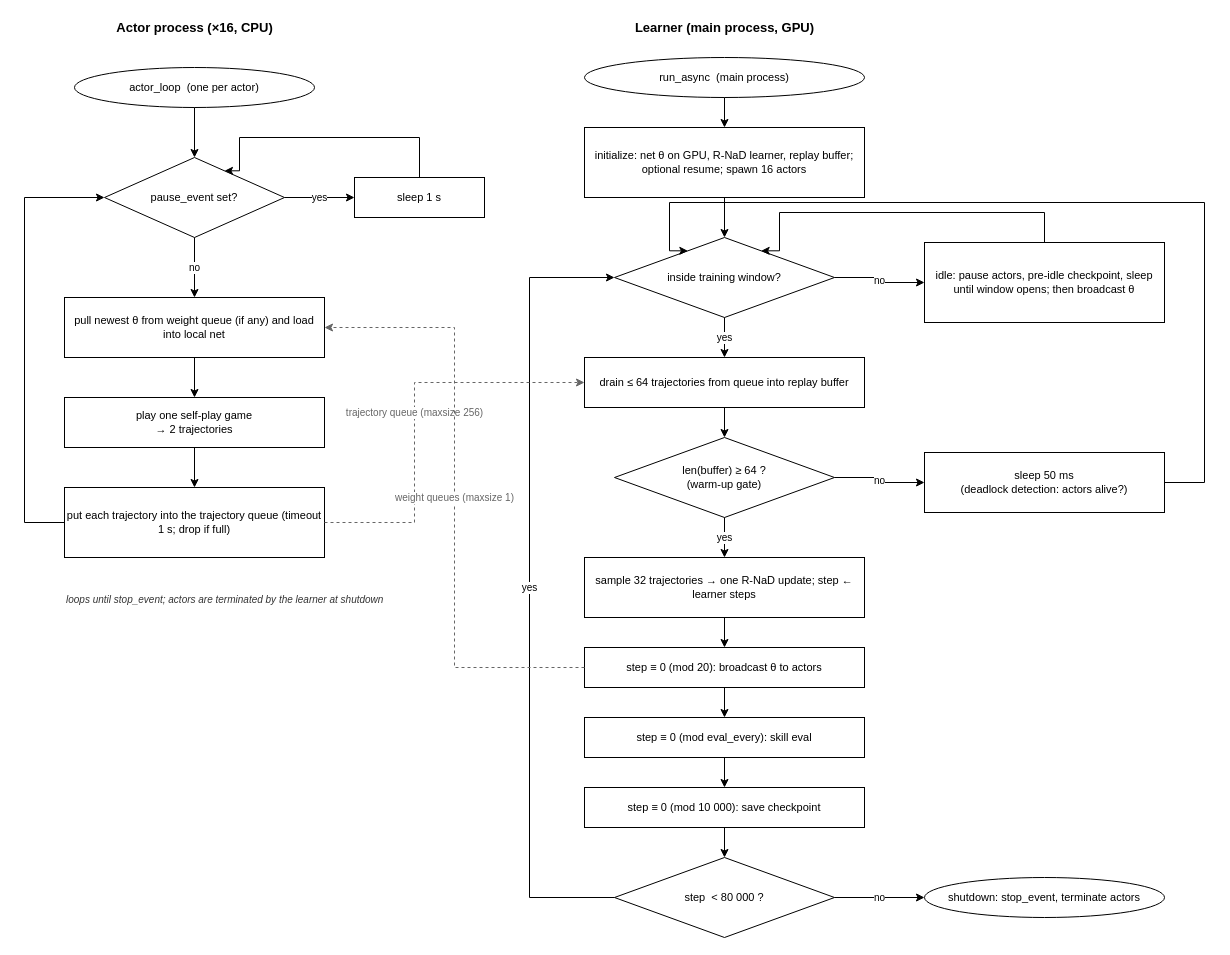
Before: docs/diagrams/02-actor-learner-loops.drawio in TristanBandat/deepnash-rbc, a draw.io diagram. Source tidied: cells renumbered, new cells numbered last; positions are measured from the earlier drawing's top-left corner, leaving out a move shared by most shapes. Both pictures are drawn from the tidied source at 100%, with x=0, y=0 at pixel (24, 17).
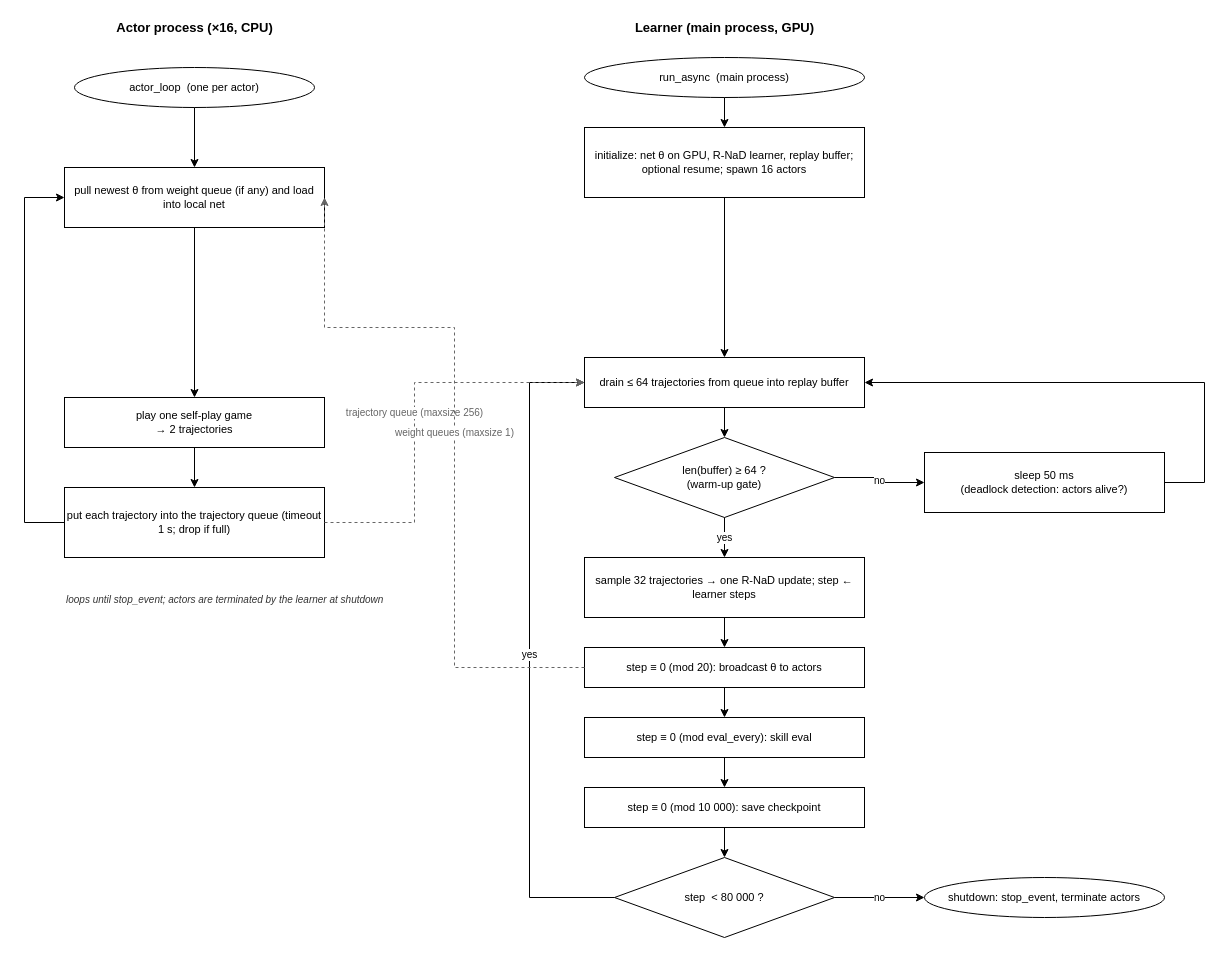
Above is the later version.

The change refers to these unchanged cells:
```xml
<mxCell id="4" value="actor_loop  (one per actor)" style="ellipse;whiteSpace=wrap;html=1;fillColor=#FFFFFF;strokeColor=#000000;fontSize=11;" parent="1" vertex="1">
  <mxGeometry x="50" y="50" width="240" height="40" as="geometry" />
</mxCell>
<mxCell id="9" value="put each trajectory into the trajectory queue (timeout 1 s; drop if full)" style="rounded=0;whiteSpace=wrap;html=1;fillColor=#FFFFFF;strokeColor=#000000;fontSize=11;" parent="1" vertex="1">
  <mxGeometry x="40" y="470" width="260" height="70" as="geometry" />
</mxCell>
<mxCell id="19" value="initialize: net θ on GPU, R-NaD learner, replay buffer; optional resume; spawn 16 actors" style="rounded=0;whiteSpace=wrap;html=1;fillColor=#FFFFFF;strokeColor=#000000;fontSize=11;" parent="1" vertex="1">
  <mxGeometry x="560" y="110" width="280" height="70" as="geometry" />
</mxCell>
<mxCell id="22" value="drain ≤ 64 trajectories from queue into replay buffer" style="rounded=0;whiteSpace=wrap;html=1;fillColor=#FFFFFF;strokeColor=#000000;fontSize=11;" parent="1" vertex="1">
  <mxGeometry x="560" y="340" width="280" height="50" as="geometry" />
</mxCell>
<mxCell id="24" value="sleep 50 ms&lt;br&gt;(deadlock detection: actors alive?)" style="rounded=0;whiteSpace=wrap;html=1;fillColor=#FFFFFF;strokeColor=#000000;fontSize=11;" parent="1" vertex="1">
  <mxGeometry x="900" y="435" width="240" height="60" as="geometry" />
</mxCell>
<mxCell id="29" value="step  &lt; 80 000 ?" style="rhombus;whiteSpace=wrap;html=1;fillColor=#FFFFFF;strokeColor=#000000;fontSize=11;" parent="1" vertex="1">
  <mxGeometry x="590" y="840" width="220" height="80" as="geometry" />
</mxCell>
```

Diff of the diagram source:
```diff
@@
-    <mxCell id="5" value="pause_event set?" style="rhombus;whiteSpace=wrap;html=1;fillColor=#FFFFFF;strokeColor=#000000;fontSize=11;" parent="1" vertex="1">
-      <mxGeometry x="80" y="140" width="180" height="80" as="geometry" />
-    </mxCell>
-    <mxCell id="6" value="sleep 1 s" style="rounded=0;whiteSpace=wrap;html=1;fillColor=#FFFFFF;strokeColor=#000000;fontSize=11;" parent="1" vertex="1">
-      <mxGeometry x="330" y="160" width="130" height="40" as="geometry" />
-    </mxCell>
     <mxCell id="7" value="pull newest θ from weight queue (if any) and load into local net" style="rounded=0;whiteSpace=wrap;html=1;fillColor=#FFFFFF;strokeColor=#000000;fontSize=11;" parent="1" vertex="1">
-      <mxGeometry x="40" y="280" width="260" height="60" as="geometry" />
+      <mxGeometry x="40" y="150" width="260" height="60" as="geometry" />
     </mxCell>
@@
-    <mxCell id="11" style="edgeStyle=orthogonalEdgeStyle;rounded=0;html=1;strokeColor=#000000;fontSize=10;exitX=0.5;exitY=1;entryX=0.5;entryY=0;" parent="1" edge="1" source="4" target="5">
+    <mxCell id="11" style="edgeStyle=orthogonalEdgeStyle;rounded=0;html=1;strokeColor=#000000;fontSize=10;exitX=0.5;exitY=1;entryX=0.5;entryY=0;" parent="1" edge="1" source="4" target="7">
       <mxGeometry relative="1" as="geometry" />
     </mxCell>
-    <mxCell id="12" value="yes" style="edgeStyle=orthogonalEdgeStyle;rounded=0;html=1;strokeColor=#000000;fontSize=10;exitX=1;exitY=0.5;entryX=0;entryY=0.5;" parent="1" edge="1" source="5" target="6">
-      <mxGeometry relative="1" as="geometry" />
-    </mxCell>
-    <mxCell id="13" style="edgeStyle=orthogonalEdgeStyle;rounded=0;html=1;strokeColor=#000000;fontSize=10;exitX=0.5;exitY=0;entryX=0.75;entryY=0;" parent="1" edge="1" source="6" target="5">
-      <mxGeometry relative="1" as="geometry">
-        <Array as="points">
-          <mxPoint x="395" y="120" />
-          <mxPoint x="215" y="120" />
-        </Array>
-      </mxGeometry>
-    </mxCell>
-    <mxCell id="14" value="no" style="edgeStyle=orthogonalEdgeStyle;rounded=0;html=1;strokeColor=#000000;fontSize=10;exitX=0.5;exitY=1;entryX=0.5;entryY=0;" parent="1" edge="1" source="5" target="7">
-      <mxGeometry relative="1" as="geometry" />
-    </mxCell>
@@
-    <mxCell id="17" style="edgeStyle=orthogonalEdgeStyle;rounded=0;html=1;strokeColor=#000000;exitX=0;exitY=0.5;entryX=0;entryY=0.5;" parent="1" edge="1" source="9" target="5">
+    <mxCell id="17" style="edgeStyle=orthogonalEdgeStyle;rounded=0;html=1;strokeColor=#000000;exitX=0;exitY=0.5;entryX=0;entryY=0.5;" parent="1" edge="1" source="9" target="7">
       <mxGeometry relative="1" as="geometry">
         <Array as="points">
           <mxPoint y="505" />
           <mxPoint y="180" />
         </Array>
       </mxGeometry>
     </mxCell>
@@
-    <mxCell id="20" value="inside training window?" style="rhombus;whiteSpace=wrap;html=1;fillColor=#FFFFFF;strokeColor=#000000;fontSize=11;" parent="1" vertex="1">
-      <mxGeometry x="590" y="220" width="220" height="80" as="geometry" />
-    </mxCell>
-    <mxCell id="21" value="idle: pause actors, pre-idle checkpoint, sleep until window opens; then broadcast θ" style="rounded=0;whiteSpace=wrap;html=1;fillColor=#FFFFFF;strokeColor=#000000;fontSize=11;" parent="1" vertex="1">
-      <mxGeometry x="900" y="225" width="240" height="80" as="geometry" />
-    </mxCell>
@@
-    <mxCell id="32" style="edgeStyle=orthogonalEdgeStyle;rounded=0;html=1;strokeColor=#000000;exitX=0.5;exitY=1;entryX=0.5;entryY=0;" parent="1" edge="1" source="19" target="20">
+    <mxCell id="32" style="edgeStyle=orthogonalEdgeStyle;rounded=0;html=1;strokeColor=#000000;exitX=0.5;exitY=1;entryX=0.5;entryY=0;" parent="1" edge="1" source="19" target="22">
       <mxGeometry relative="1" as="geometry" />
     </mxCell>
-    <mxCell id="33" value="no" style="edgeStyle=orthogonalEdgeStyle;rounded=0;html=1;strokeColor=#000000;fontSize=10;exitX=1;exitY=0.5;entryX=0;entryY=0.5;" parent="1" edge="1" source="20" target="21">
-      <mxGeometry relative="1" as="geometry" />
-    </mxCell>
-    <mxCell id="34" style="edgeStyle=orthogonalEdgeStyle;rounded=0;html=1;strokeColor=#000000;exitX=0.5;exitY=0;entryX=0.75;entryY=0;" parent="1" edge="1" source="21" target="20">
-      <mxGeometry relative="1" as="geometry">
-        <Array as="points">
-          <mxPoint x="1020" y="195" />
-          <mxPoint x="755" y="195" />
-        </Array>
-      </mxGeometry>
-    </mxCell>
-    <mxCell id="35" value="yes" style="edgeStyle=orthogonalEdgeStyle;rounded=0;html=1;strokeColor=#000000;fontSize=10;exitX=0.5;exitY=1;entryX=0.5;entryY=0;" parent="1" edge="1" source="20" target="22">
-      <mxGeometry relative="1" as="geometry" />
-    </mxCell>
@@
-    <mxCell id="38" style="edgeStyle=orthogonalEdgeStyle;rounded=0;html=1;strokeColor=#000000;exitX=1;exitY=0.5;entryX=0.25;entryY=0;" parent="1" edge="1" source="24" target="20">
+    <mxCell id="38" style="edgeStyle=orthogonalEdgeStyle;rounded=0;html=1;strokeColor=#000000;exitX=1;exitY=0.5;entryX=1;entryY=0.5;" parent="1" edge="1" source="24" target="22">
       <mxGeometry relative="1" as="geometry">
         <Array as="points">
           <mxPoint x="1180" y="465" />
-          <mxPoint x="1180" y="185" />
-          <mxPoint x="645" y="185" />
+          <mxPoint x="1180" y="365" />
         </Array>
       </mxGeometry>
     </mxCell>
@@
-    <mxCell id="45" value="yes" style="edgeStyle=orthogonalEdgeStyle;rounded=0;html=1;strokeColor=#000000;fontSize=10;exitX=0;exitY=0.5;entryX=0;entryY=0.5;" parent="1" edge="1" source="29" target="20">
+    <mxCell id="45" value="yes" style="edgeStyle=orthogonalEdgeStyle;rounded=0;html=1;strokeColor=#000000;fontSize=10;exitX=0;exitY=0.5;entryX=0;entryY=0.5;" parent="1" edge="1" source="29" target="22">
       <mxGeometry relative="1" as="geometry">
         <Array as="points">
           <mxPoint x="505" y="880" />
-          <mxPoint x="505" y="260" />
+          <mxPoint x="505" y="365" />
         </Array>
       </mxGeometry>
     </mxCell>
```
